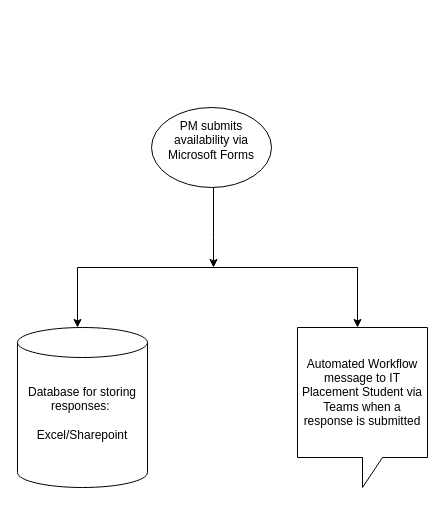
sidfred008/IT-Projects keeps this draw.io diagram as PM Rota.drawio. Above is the earlier version. Source tidied: cells renumbered, new cells numbered last; positions are measured from the earlier drawing's top-left corner, leaving out a move shared by most shapes. Both pictures are drawn from the tidied source at 100%, with x=0, y=0 at pixel (17, 107).
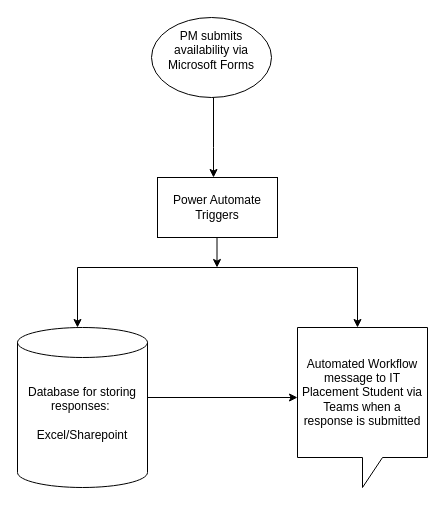
After the change.

What changed in the source:
```diff
@@
     <mxCell id="2" value="PM submits availability via Microsoft Forms&lt;div&gt;&lt;br/&gt;&lt;/div&gt;" style="ellipse;whiteSpace=wrap;html=1;shapeInside=1;" parent="1" vertex="1">
-      <mxGeometry x="134" width="120" height="80" as="geometry" />
+      <mxGeometry x="134" y="-90" width="120" height="80" as="geometry" />
     </mxCell>
     <mxCell id="3" style="endArrow=classic;html=1;rounded=0;" parent="1" edge="1">
       <mxGeometry relative="1" as="geometry">
-        <mxPoint x="196" y="80" as="sourcePoint" />
-        <mxPoint x="196" y="160" as="targetPoint" />
+        <mxPoint x="196" y="-10" as="sourcePoint" />
+        <mxPoint x="196" y="70" as="targetPoint" />
         <Array as="points">
-          <mxPoint x="196" y="130" />
+          <mxPoint x="196" y="40" />
         </Array>
       </mxGeometry>
     </mxCell>
@@
+    <mxCell id="10" value="Power Automate Triggers" style="rounded=0;whiteSpace=wrap;html=1;" parent="1" vertex="1">
+      <mxGeometry x="140" y="70" width="120" height="60" as="geometry" />
+    </mxCell>
+    <mxCell id="11" style="endArrow=classic;html=1;rounded=0;" parent="1" edge="1">
+      <mxGeometry relative="1" as="geometry">
+        <mxPoint x="199.5" y="130" as="sourcePoint" />
+        <mxPoint x="199.5" y="160" as="targetPoint" />
+      </mxGeometry>
+    </mxCell>
+    <mxCell id="12" style="endArrow=classic;html=1;rounded=0;" parent="1" edge="1">
+      <mxGeometry relative="1" as="geometry">
+        <mxPoint x="130" y="290" as="sourcePoint" />
+        <mxPoint x="280" y="290" as="targetPoint" />
+      </mxGeometry>
+    </mxCell>
```
